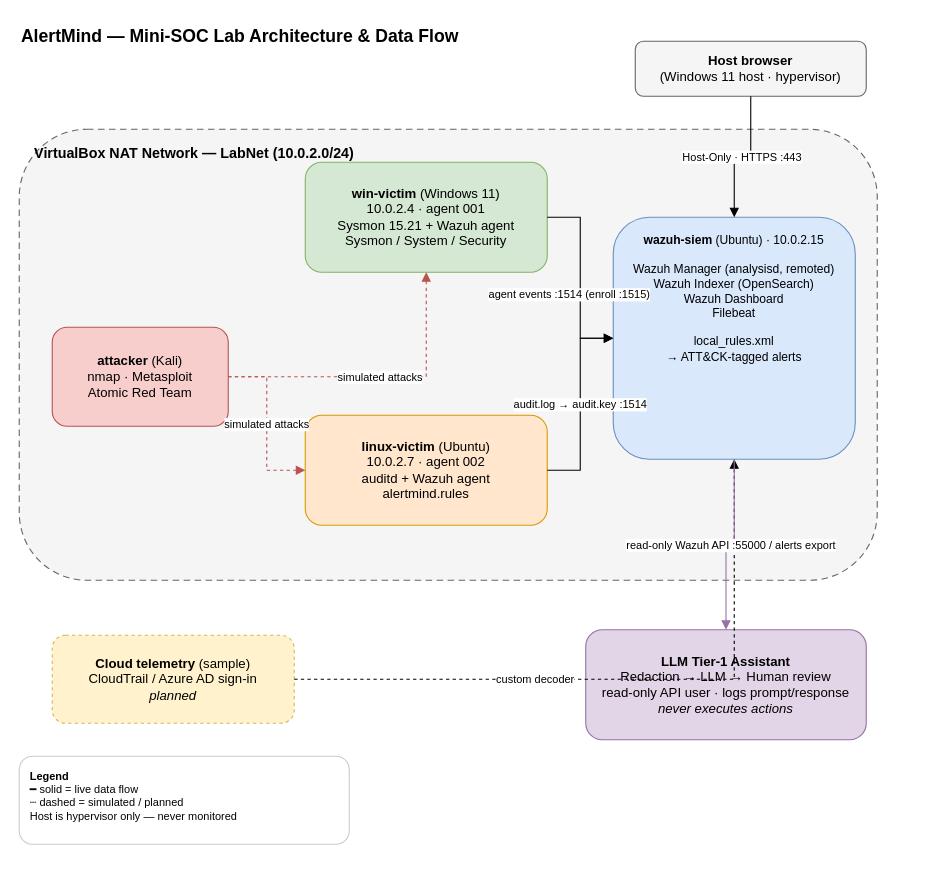
The draw.io diagram architecture/diagram.drawio in opandey1/alertmind, before the edit. Source tidied: cells renumbered, new cells numbered last; positions are measured from the earlier drawing's top-left corner, leaving out a move shared by most shapes. Both pictures are drawn from the tidied source at 110%, with x=0, y=0 at pixel (19, 19).
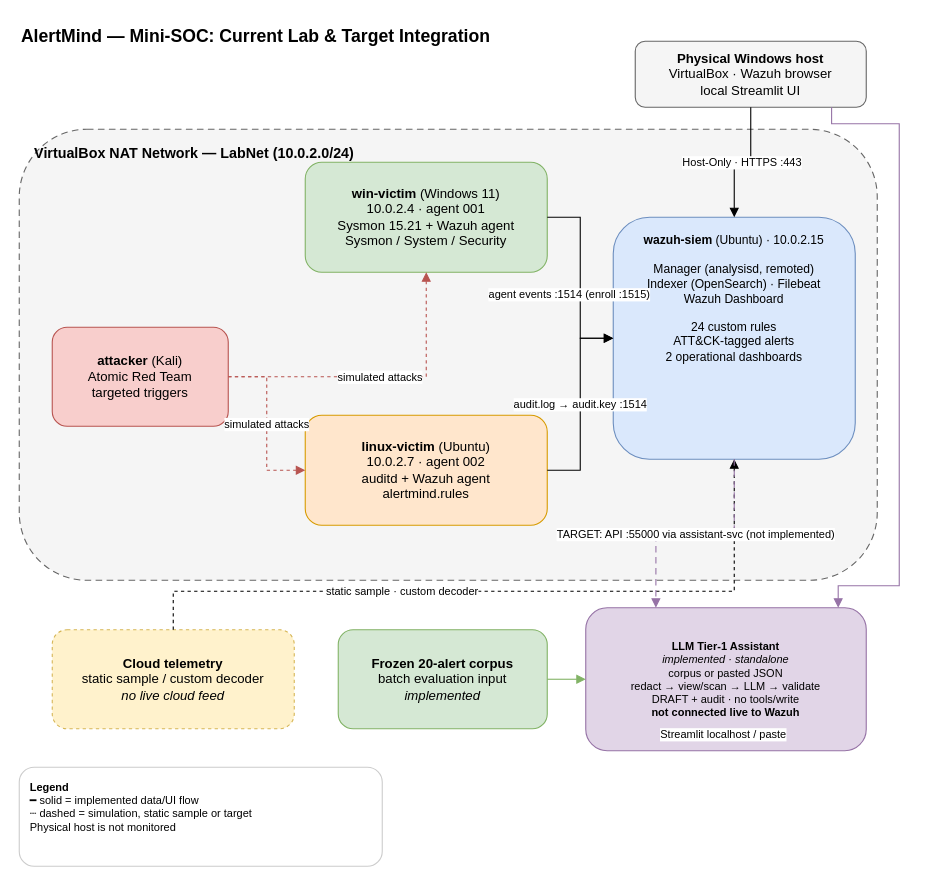
The same diagram, later.

The edit, as a diff of the source:
```diff
@@
-    <mxCell id="2" value="AlertMind — Mini-SOC Lab Architecture &amp; Data Flow" style="text;html=1;strokeColor=none;fillColor=none;align=left;verticalAlign=middle;fontSize=16;fontStyle=1;" parent="1" vertex="1">
-      <mxGeometry width="520" height="30" as="geometry" />
+    <mxCell id="2" value="AlertMind — Mini-SOC: Current Lab &amp; Target Integration" style="text;html=1;strokeColor=none;fillColor=none;align=left;verticalAlign=middle;fontSize=16;fontStyle=1;" parent="1" vertex="1">
+      <mxGeometry width="540" height="30" as="geometry" />
     </mxCell>
@@
-    <mxCell id="4" value="&lt;b&gt;Host browser&lt;/b&gt;&lt;br/&gt;(Windows 11 host · hypervisor)" style="rounded=1;whiteSpace=wrap;html=1;fillColor=#f5f5f5;strokeColor=#666666;" parent="1" vertex="1">
-      <mxGeometry x="560" y="20" width="210" height="50" as="geometry" />
+    <mxCell id="4" value="&lt;b&gt;Physical Windows host&lt;/b&gt;&lt;br/&gt;VirtualBox · Wazuh browser&lt;br/&gt;local Streamlit UI" style="rounded=1;whiteSpace=wrap;html=1;fillColor=#f5f5f5;strokeColor=#666666;" parent="1" vertex="1">
+      <mxGeometry x="560" y="20" width="210" height="60" as="geometry" />
     </mxCell>
-    <mxCell id="5" value="&lt;b&gt;attacker&lt;/b&gt; (Kali)&lt;br/&gt;nmap · Metasploit&lt;br/&gt;Atomic Red Team" style="rounded=1;whiteSpace=wrap;html=1;fillColor=#f8cecc;strokeColor=#b85450;" parent="1" vertex="1">
+    <mxCell id="5" value="&lt;b&gt;attacker&lt;/b&gt; (Kali)&lt;br/&gt;Atomic Red Team&lt;br/&gt;targeted triggers" style="rounded=1;whiteSpace=wrap;html=1;fillColor=#f8cecc;strokeColor=#b85450;" parent="1" vertex="1">
       <mxGeometry x="30" y="280" width="160" height="90" as="geometry" />
     </mxCell>
@@
-    <mxCell id="8" value="&lt;b&gt;wazuh-siem&lt;/b&gt; (Ubuntu) · 10.0.2.15&lt;br/&gt;&lt;br/&gt;Wazuh Manager (analysisd, remoted)&lt;br/&gt;Wazuh Indexer (OpenSearch)&lt;br/&gt;Wazuh Dashboard&lt;br/&gt;Filebeat&lt;br/&gt;&lt;br/&gt;local_rules.xml&lt;br/&gt;→ ATT&amp;amp;CK-tagged alerts" style="rounded=1;whiteSpace=wrap;html=1;fillColor=#dae8fc;strokeColor=#6c8ebf;verticalAlign=top;spacingTop=8;fontSize=11;" parent="1" vertex="1">
+    <mxCell id="8" value="&lt;b&gt;wazuh-siem&lt;/b&gt; (Ubuntu) · 10.0.2.15&lt;br/&gt;&lt;br/&gt;Manager (analysisd, remoted)&lt;br/&gt;Indexer (OpenSearch) · Filebeat&lt;br/&gt;Wazuh Dashboard&lt;br/&gt;&lt;br/&gt;24 custom rules&lt;br/&gt;ATT&amp;amp;CK-tagged alerts&lt;br/&gt;2 operational dashboards" style="rounded=1;whiteSpace=wrap;html=1;fillColor=#dae8fc;strokeColor=#6c8ebf;verticalAlign=top;spacingTop=8;fontSize=11;" parent="1" vertex="1">
       <mxGeometry x="540" y="180" width="220" height="220" as="geometry" />
     </mxCell>
-    <mxCell id="9" value="&lt;b&gt;Cloud telemetry&lt;/b&gt; (sample)&lt;br/&gt;CloudTrail / Azure AD sign-in&lt;br/&gt;&lt;i&gt;planned&lt;/i&gt;" style="rounded=1;whiteSpace=wrap;html=1;fillColor=#fff2cc;strokeColor=#d6b656;dashed=1;" parent="1" vertex="1">
-      <mxGeometry x="30" y="560" width="220" height="80" as="geometry" />
+    <mxCell id="9" value="&lt;b&gt;Cloud telemetry&lt;/b&gt;&lt;br/&gt;static sample / custom decoder&lt;br/&gt;&lt;i&gt;no live cloud feed&lt;/i&gt;" style="rounded=1;whiteSpace=wrap;html=1;fillColor=#fff2cc;strokeColor=#d6b656;dashed=1;" parent="1" vertex="1">
+      <mxGeometry x="30" y="555" width="220" height="90" as="geometry" />
     </mxCell>
+    <mxCell id="19" value="&lt;b&gt;Frozen 20-alert corpus&lt;/b&gt;&lt;br/&gt;batch evaluation input&lt;br/&gt;&lt;i&gt;implemented&lt;/i&gt;" style="rounded=1;whiteSpace=wrap;html=1;fillColor=#d5e8d4;strokeColor=#82b366;" parent="1" vertex="1">
+      <mxGeometry x="290" y="555" width="190" height="90" as="geometry" />
+    </mxCell>
-    <mxCell id="10" value="&lt;b&gt;LLM Tier-1 Assistant&lt;/b&gt;&lt;br/&gt;Redaction → LLM → Human review&lt;br/&gt;read-only API user · logs prompt/response&lt;br/&gt;&lt;i&gt;never executes actions&lt;/i&gt;" style="rounded=1;whiteSpace=wrap;html=1;fillColor=#e1d5e7;strokeColor=#9673a6;" parent="1" vertex="1">
-      <mxGeometry x="515" y="555" width="255" height="100" as="geometry" />
+    <mxCell id="10" value="&lt;b&gt;LLM Tier-1 Assistant&lt;/b&gt;&lt;br/&gt;&lt;i&gt;implemented · standalone&lt;/i&gt;&lt;br/&gt;corpus or pasted JSON&lt;br/&gt;redact → view/scan → LLM → validate&lt;br/&gt;DRAFT + audit · no tools/write&lt;br/&gt;&lt;b&gt;not connected live to Wazuh&lt;/b&gt;" style="rounded=1;whiteSpace=wrap;html=1;fillColor=#e1d5e7;strokeColor=#9673a6;fontSize=10;" parent="1" vertex="1">
+      <mxGeometry x="515" y="535" width="255" height="130" as="geometry" />
     </mxCell>
@@
-    <mxCell id="16" value="custom decoder" style="edgeStyle=orthogonalEdgeStyle;rounded=0;html=1;endArrow=block;dashed=1;fontSize=10;" parent="1" edge="1" source="9" target="8">
-      <mxGeometry x="-0.27" relative="1" as="geometry" />
+    <mxCell id="16" value="static sample · custom decoder" style="edgeStyle=orthogonalEdgeStyle;rounded=0;html=1;endArrow=block;dashed=1;fontSize=10;" parent="1" edge="1" source="9" target="8">
+      <mxGeometry x="-0.27" relative="1" as="geometry">
+        <Array as="points">
+          <mxPoint x="270" y="520" />
+          <mxPoint x="500" y="520" />
+        </Array>
+      </mxGeometry>
     </mxCell>
-    <mxCell id="17" value="read-only Wazuh API :55000 / alerts export" style="edgeStyle=orthogonalEdgeStyle;rounded=0;html=1;endArrow=block;fontSize=10;strokeColor=#9673a6;" parent="1" edge="1" source="8" target="10">
+    <mxCell id="17" value="TARGET: API :55000 via assistant-svc (not implemented)" style="edgeStyle=orthogonalEdgeStyle;rounded=0;html=1;endArrow=block;dashed=1;dashPattern=6 4;fontSize=10;strokeColor=#9673a6;entryX=0.25;entryY=0;" parent="1" edge="1" source="8" target="10">
       <mxGeometry relative="1" as="geometry" />
     </mxCell>
+    <mxCell id="20" value="Streamlit localhost / paste" style="edgeStyle=orthogonalEdgeStyle;rounded=0;html=1;endArrow=block;fontSize=10;strokeColor=#9673a6;exitX=0.85;exitY=1;entryX=0.9;entryY=0;" parent="1" edge="1" source="4" target="10">
+      <mxGeometry x="1" y="-155" relative="1" as="geometry">
+        <Array as="points">
+          <mxPoint x="800" y="95" />
+          <mxPoint x="800" y="515" />
+        </Array>
+        <mxPoint x="50" y="115" as="offset" />
+      </mxGeometry>
+    </mxCell>
+    <mxCell id="21" style="edgeStyle=orthogonalEdgeStyle;rounded=0;html=1;endArrow=block;fontSize=10;strokeColor=#82b366;" parent="1" edge="1" source="19" target="10">
+      <mxGeometry y="-16" relative="1" as="geometry" />
+    </mxCell>
-    <mxCell id="18" value="&lt;b&gt;Legend&lt;/b&gt;&lt;br/&gt;━ solid = live data flow&lt;br/&gt;┄ dashed = simulated / planned&lt;br/&gt;Host is hypervisor only — never monitored" style="rounded=1;whiteSpace=wrap;html=1;fillColor=#ffffff;strokeColor=#cccccc;align=left;verticalAlign=top;spacingLeft=8;spacingTop=6;fontSize=10;" parent="1" vertex="1">
-      <mxGeometry y="670" width="300" height="80" as="geometry" />
+    <mxCell id="18" value="&lt;b&gt;Legend&lt;/b&gt;&lt;br/&gt;━ solid = implemented data/UI flow&lt;br/&gt;┄ dashed = simulation, static sample or target&lt;br/&gt;Physical host is not monitored" style="rounded=1;whiteSpace=wrap;html=1;fillColor=#ffffff;strokeColor=#cccccc;align=left;verticalAlign=top;spacingLeft=8;spacingTop=6;fontSize=10;" parent="1" vertex="1">
+      <mxGeometry y="680" width="330" height="90" as="geometry" />
     </mxCell>
```
